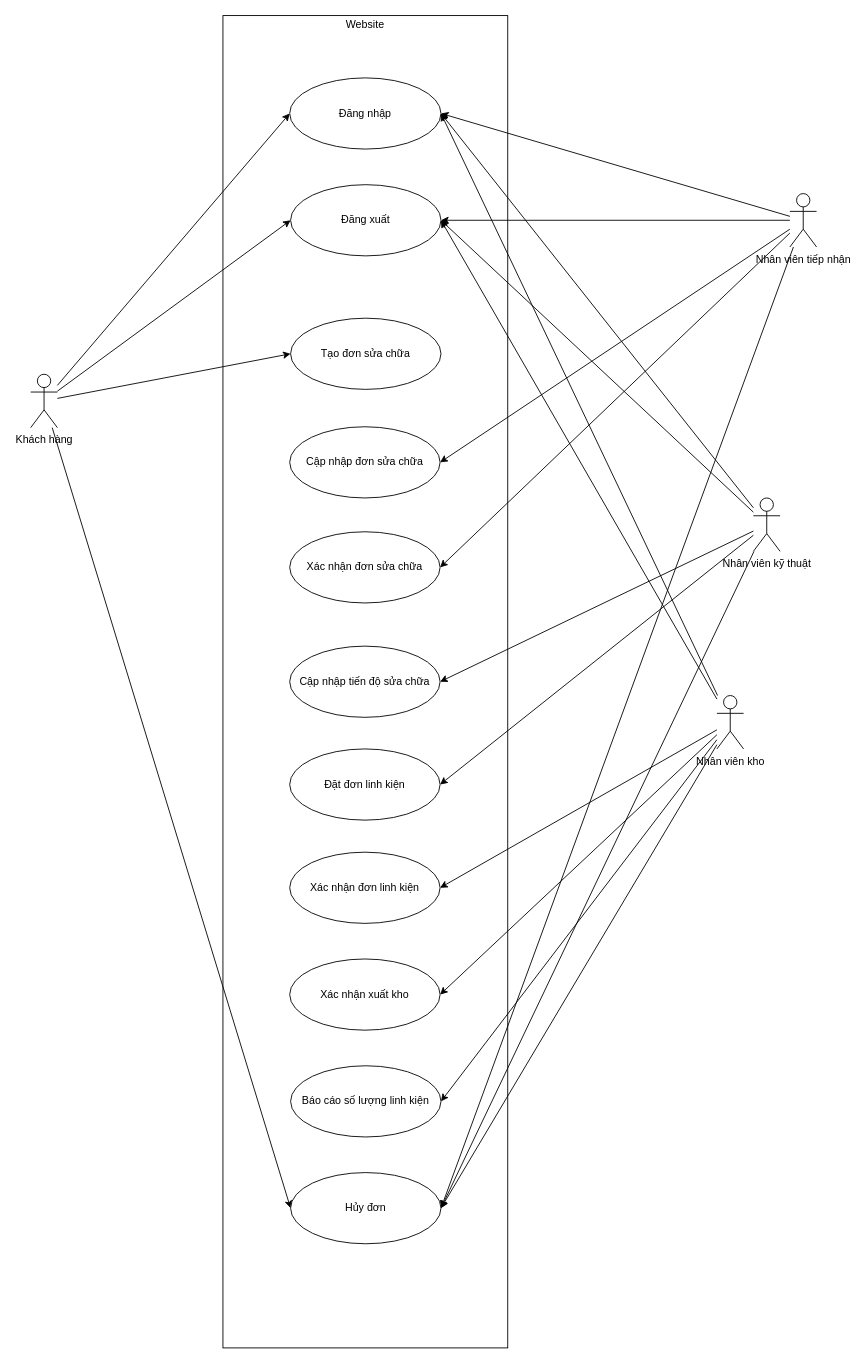
Before: Drawio/UserCage_KTLYC_DA.drawio in Comotcaiten/KTLYC_Prototype, a draw.io diagram. Source tidied: cells renumbered, new cells numbered last; positions are measured from the earlier drawing's top-left corner, leaving out a move shared by most shapes. Both pictures are drawn from the tidied source at 89%, with x=0, y=0 at pixel (30, 15).
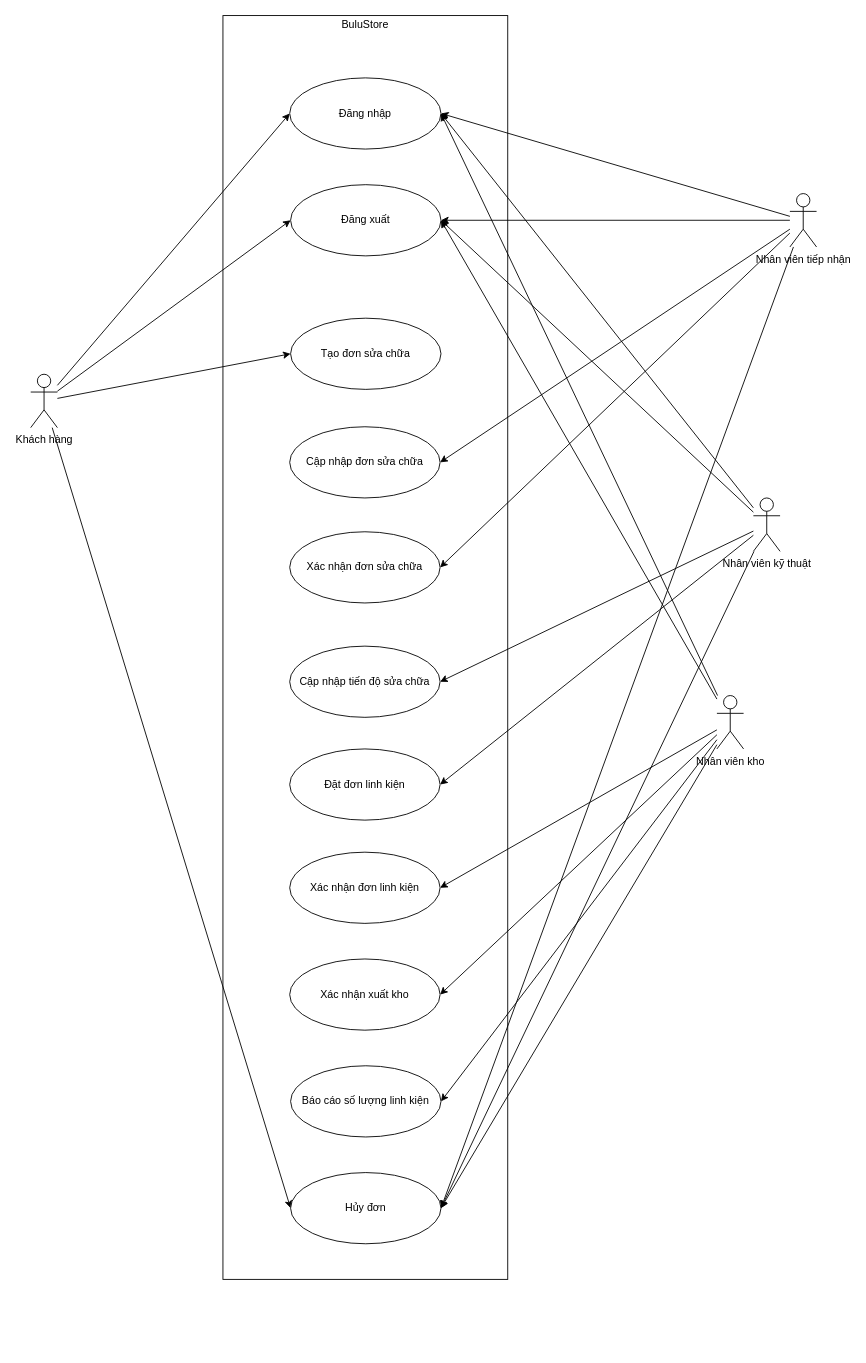
After the change.

What changed in the source:
```diff
@@
-    <mxCell id="2" value="&lt;p style=&quot;margin:0px;margin-top:4px;text-align:center;&quot;&gt;Website&lt;/p&gt;" style="verticalAlign=top;align=left;overflow=fill;fontSize=12;fontFamily=Helvetica;html=1;whiteSpace=wrap;fillColor=none;" parent="1" vertex="1">
-      <mxGeometry x="216" width="320" height="1497" as="geometry" />
+    <mxCell id="2" value="&lt;p style=&quot;margin:0px;margin-top:4px;text-align:center;&quot;&gt;BuluStore&lt;/p&gt;" style="verticalAlign=top;align=left;overflow=fill;fontSize=12;fontFamily=Helvetica;html=1;whiteSpace=wrap;fillColor=none;" parent="1" vertex="1">
+      <mxGeometry x="216" width="320" height="1420" as="geometry" />
     </mxCell>
```
